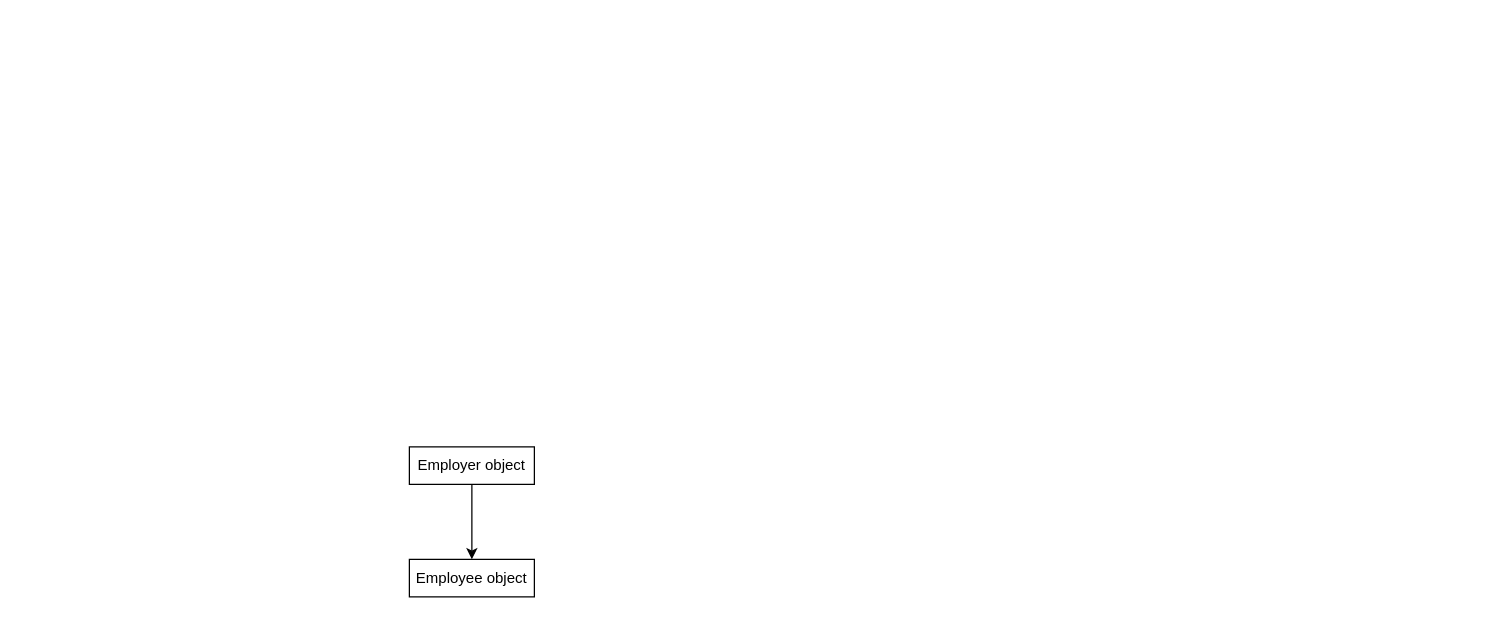
The draw.io diagram docs/object_model.drawio in 71f681c20d/sui-payroll, before the edit. Source tidied: cells renumbered, new cells numbered last; positions are measured from the earlier drawing's top-left corner, leaving out a move shared by most shapes. Both pictures are drawn from the tidied source at 125%, with x=0, y=0 at pixel (409, 446).
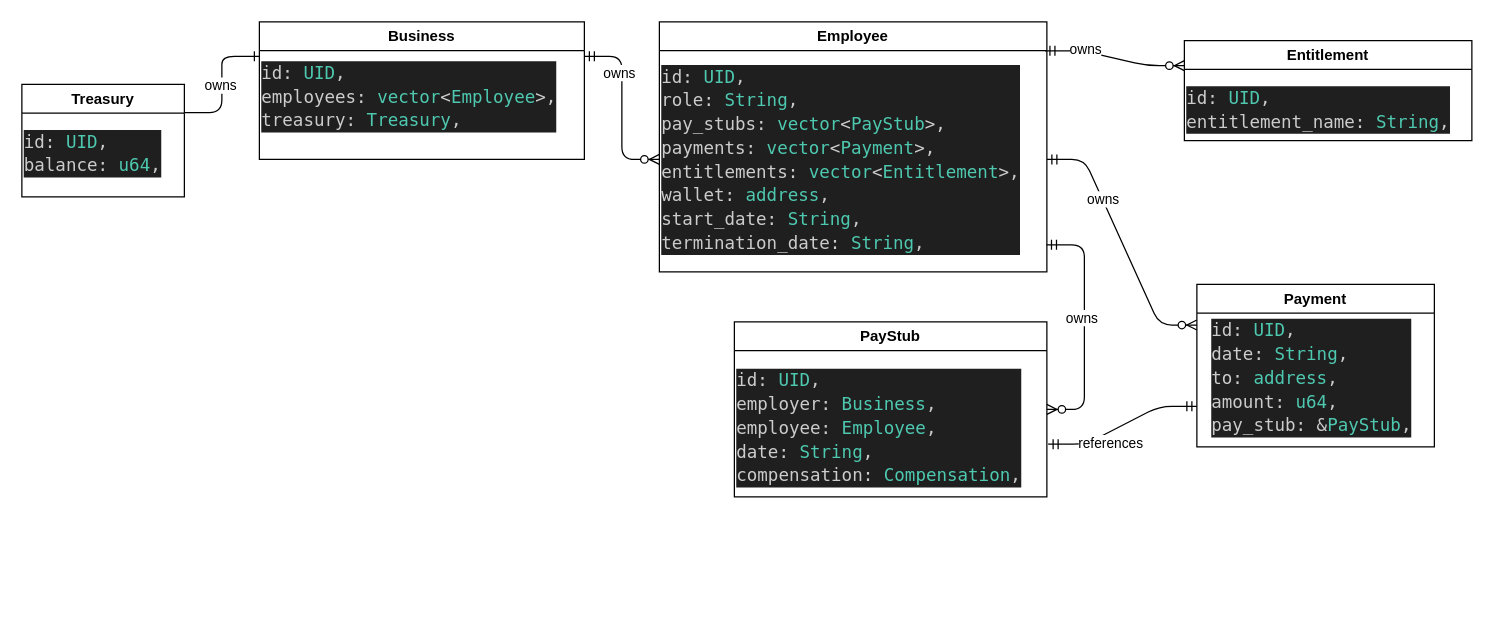
The same page after the edit.

The edit, as a diff of the source:
```diff
@@
-    <mxCell id="2" style="edgeStyle=none;html=1;exitX=0.5;exitY=1;exitDx=0;exitDy=0;entryX=0.5;entryY=0;entryDx=0;entryDy=0;" parent="1" edge="1" source="3" target="4">
-      <mxGeometry relative="1" as="geometry" />
-    </mxCell>
-    <mxCell id="3" value="Employer object" style="rounded=0;whiteSpace=wrap;html=1;" parent="1" vertex="1">
-      <mxGeometry width="100" height="30" as="geometry" />
-    </mxCell>
-    <mxCell id="4" value="Employee object" style="rounded=0;whiteSpace=wrap;html=1;" parent="1" vertex="1">
-      <mxGeometry y="90" width="100" height="30" as="geometry" />
-    </mxCell>
+    <mxCell id="5" value="Treasury" style="swimlane;whiteSpace=wrap;html=1;" parent="1" vertex="1">
+      <mxGeometry x="-310" y="-290" width="130" height="90" as="geometry" />
+    </mxCell>
+    <mxCell id="6" value="&lt;div style=&quot;color: rgb(204, 204, 204); background-color: rgb(31, 31, 31); font-family: &amp;quot;Droid Sans Mono&amp;quot;, &amp;quot;monospace&amp;quot;, monospace; font-size: 14px; line-height: 19px;&quot;&gt;&lt;div&gt;id: &lt;span style=&quot;color: #4ec9b0;&quot;&gt;UID&lt;/span&gt;,&lt;/div&gt;&lt;div&gt;        balance: &lt;span style=&quot;color: #4ec9b0;&quot;&gt;u64&lt;/span&gt;,&lt;/div&gt;&lt;/div&gt;" style="text;html=1;align=left;verticalAlign=middle;strokeColor=none;fillColor=none;" parent="5" vertex="1">
+      <mxGeometry y="30" width="130" height="50" as="geometry" />
+    </mxCell>
+    <mxCell id="7" value="Business" style="swimlane;whiteSpace=wrap;html=1;" parent="1" vertex="1">
+      <mxGeometry x="-120" y="-340" width="260" height="110" as="geometry" />
+    </mxCell>
+    <mxCell id="8" value="&lt;div style=&quot;color: rgb(204, 204, 204); background-color: rgb(31, 31, 31); font-family: &amp;quot;Droid Sans Mono&amp;quot;, &amp;quot;monospace&amp;quot;, monospace; font-size: 14px; line-height: 19px;&quot;&gt;&lt;div&gt;id: &lt;span style=&quot;color: #4ec9b0;&quot;&gt;UID&lt;/span&gt;,&lt;/div&gt;&lt;div&gt;        employees: &lt;span style=&quot;color: #4ec9b0;&quot;&gt;vector&lt;/span&gt;&amp;lt;&lt;span style=&quot;color: #4ec9b0;&quot;&gt;Employee&lt;/span&gt;&amp;gt;,&lt;/div&gt;&lt;div&gt;        treasury: &lt;span style=&quot;color: #4ec9b0;&quot;&gt;Treasury&lt;/span&gt;,&lt;/div&gt;&lt;/div&gt;" style="text;html=1;align=left;verticalAlign=middle;strokeColor=none;fillColor=none;" parent="7" vertex="1">
+      <mxGeometry y="25" width="260" height="70" as="geometry" />
+    </mxCell>
+    <mxCell id="9" value="Employee" style="swimlane;whiteSpace=wrap;html=1;" parent="1" vertex="1">
+      <mxGeometry x="200" y="-340" width="310" height="200" as="geometry" />
+    </mxCell>
+    <mxCell id="10" value="&lt;div style=&quot;color: rgb(204, 204, 204); background-color: rgb(31, 31, 31); font-family: &amp;quot;Droid Sans Mono&amp;quot;, &amp;quot;monospace&amp;quot;, monospace; font-size: 14px; line-height: 19px;&quot;&gt;&lt;div&gt;id: &lt;span style=&quot;color: #4ec9b0;&quot;&gt;UID&lt;/span&gt;,&lt;/div&gt;&lt;div&gt;        role: &lt;span style=&quot;color: #4ec9b0;&quot;&gt;String&lt;/span&gt;,&lt;/div&gt;&lt;div&gt;        pay_stubs: &lt;span style=&quot;color: #4ec9b0;&quot;&gt;vector&lt;/span&gt;&amp;lt;&lt;span style=&quot;color: #4ec9b0;&quot;&gt;PayStub&lt;/span&gt;&amp;gt;,&lt;/div&gt;&lt;div&gt;        payments: &lt;span style=&quot;color: #4ec9b0;&quot;&gt;vector&lt;/span&gt;&amp;lt;&lt;span style=&quot;color: #4ec9b0;&quot;&gt;Payment&lt;/span&gt;&amp;gt;,&lt;/div&gt;&lt;div&gt;        entitlements: &lt;span style=&quot;color: #4ec9b0;&quot;&gt;vector&lt;/span&gt;&amp;lt;&lt;span style=&quot;color: #4ec9b0;&quot;&gt;Entitlement&lt;/span&gt;&amp;gt;,&lt;/div&gt;&lt;div&gt;        wallet: &lt;span style=&quot;color: #4ec9b0;&quot;&gt;address&lt;/span&gt;,&lt;/div&gt;&lt;div&gt;        start_date: &lt;span style=&quot;color: #4ec9b0;&quot;&gt;String&lt;/span&gt;,&lt;/div&gt;&lt;div&gt;        termination_date: &lt;span style=&quot;color: #4ec9b0;&quot;&gt;String&lt;/span&gt;,&lt;/div&gt;&lt;/div&gt;" style="text;html=1;align=left;verticalAlign=middle;points=[];strokeColor=none;fillColor=none;" parent="9" vertex="1">
+      <mxGeometry y="25" width="310" height="170" as="geometry" />
+    </mxCell>
+    <mxCell id="11" value="PayStub" style="swimlane;whiteSpace=wrap;html=1;" parent="1" vertex="1">
+      <mxGeometry x="260" y="-100" width="250" height="140" as="geometry" />
+    </mxCell>
+    <mxCell id="12" value="&lt;div style=&quot;color: rgb(204, 204, 204); background-color: rgb(31, 31, 31); font-family: &amp;quot;Droid Sans Mono&amp;quot;, &amp;quot;monospace&amp;quot;, monospace; font-size: 14px; line-height: 19px;&quot;&gt;&lt;div&gt;id: &lt;span style=&quot;color: #4ec9b0;&quot;&gt;UID&lt;/span&gt;,&lt;/div&gt;&lt;div&gt;        employer: &lt;span style=&quot;color: #4ec9b0;&quot;&gt;Business&lt;/span&gt;,&lt;/div&gt;&lt;div&gt;        employee: &lt;span style=&quot;color: #4ec9b0;&quot;&gt;Employee&lt;/span&gt;,&lt;/div&gt;&lt;div&gt;        date: &lt;span style=&quot;color: #4ec9b0;&quot;&gt;String&lt;/span&gt;,&lt;/div&gt;&lt;div&gt;        compensation: &lt;span style=&quot;color: #4ec9b0;&quot;&gt;Compensation&lt;/span&gt;,&lt;/div&gt;&lt;/div&gt;" style="text;html=1;align=left;verticalAlign=middle;points=[];strokeColor=none;fillColor=none;" parent="11" vertex="1">
+      <mxGeometry y="30" width="250" height="110" as="geometry" />
+    </mxCell>
+    <mxCell id="13" value="Payment" style="swimlane;whiteSpace=wrap;html=1;" parent="1" vertex="1">
+      <mxGeometry x="630" y="-130" width="190" height="130" as="geometry" />
+    </mxCell>
+    <mxCell id="14" value="&lt;div style=&quot;color: rgb(204, 204, 204); background-color: rgb(31, 31, 31); font-family: &amp;quot;Droid Sans Mono&amp;quot;, &amp;quot;monospace&amp;quot;, monospace; font-size: 14px; line-height: 19px;&quot;&gt;&lt;div style=&quot;line-height: 19px;&quot;&gt;&lt;div&gt;id: &lt;span style=&quot;color: #4ec9b0;&quot;&gt;UID&lt;/span&gt;,&lt;/div&gt;&lt;div&gt;        date: &lt;span style=&quot;color: #4ec9b0;&quot;&gt;String&lt;/span&gt;,&lt;/div&gt;&lt;div&gt;        to: &lt;span style=&quot;color: #4ec9b0;&quot;&gt;address&lt;/span&gt;,&lt;/div&gt;&lt;div&gt;        amount: &lt;span style=&quot;color: #4ec9b0;&quot;&gt;u64&lt;/span&gt;,&lt;/div&gt;&lt;div&gt;        pay_stub: &amp;amp;&lt;span style=&quot;color: #4ec9b0;&quot;&gt;PayStub&lt;/span&gt;,&lt;/div&gt;&lt;/div&gt;&lt;/div&gt;" style="text;html=1;align=left;verticalAlign=middle;strokeColor=none;fillColor=none;" parent="13" vertex="1">
+      <mxGeometry x="10" y="20" width="180" height="110" as="geometry" />
+    </mxCell>
+    <mxCell id="15" value="Entitlement" style="swimlane;whiteSpace=wrap;html=1;" parent="1" vertex="1">
+      <mxGeometry x="620" y="-325" width="230" height="80" as="geometry" />
+    </mxCell>
+    <mxCell id="16" value="&lt;div style=&quot;color: rgb(204, 204, 204); background-color: rgb(31, 31, 31); font-family: &amp;quot;Droid Sans Mono&amp;quot;, &amp;quot;monospace&amp;quot;, monospace; font-size: 14px; line-height: 19px;&quot;&gt;&lt;div&gt;id: &lt;span style=&quot;color: #4ec9b0;&quot;&gt;UID&lt;/span&gt;,&lt;/div&gt;&lt;div&gt;        entitlement_name: &lt;span style=&quot;color: #4ec9b0;&quot;&gt;String&lt;/span&gt;,&lt;/div&gt;&lt;/div&gt;" style="text;html=1;align=left;verticalAlign=middle;strokeColor=none;fillColor=none;" parent="15" vertex="1">
+      <mxGeometry y="30" width="230" height="50" as="geometry" />
+    </mxCell>
+    <mxCell id="17" style="edgeStyle=entityRelationEdgeStyle;fontSize=12;html=1;endArrow=ERzeroToMany;startArrow=ERmandOne;entryX=0;entryY=0.25;entryDx=0;entryDy=0;exitX=0.995;exitY=-0.011;exitDx=0;exitDy=0;exitPerimeter=0;" parent="1" edge="1" source="10" target="15">
+      <mxGeometry relative="1" as="geometry" />
+    </mxCell>
+    <mxCell id="18" value="owns" style="edgeLabel;html=1;align=center;verticalAlign=middle;" parent="17" vertex="1">
+      <mxGeometry x="-0.44" y="2" relative="1" as="geometry" />
+    </mxCell>
+    <mxCell id="19" style="edgeStyle=entityRelationEdgeStyle;fontSize=12;html=1;endArrow=ERzeroToMany;startArrow=ERmandOne;entryX=0;entryY=0.25;entryDx=0;entryDy=0;" parent="1" edge="1" source="10" target="13">
+      <mxGeometry relative="1" as="geometry" />
+    </mxCell>
+    <mxCell id="20" value="owns" style="edgeLabel;html=1;align=center;verticalAlign=middle;" parent="19" vertex="1">
+      <mxGeometry x="-0.37" relative="1" as="geometry" />
+    </mxCell>
+    <mxCell id="21" style="edgeStyle=entityRelationEdgeStyle;fontSize=12;html=1;endArrow=ERone;endFill=1;exitX=1;exitY=0.25;exitDx=0;exitDy=0;entryX=0;entryY=0.25;entryDx=0;entryDy=0;" parent="1" edge="1" source="5" target="7">
+      <mxGeometry relative="1" as="geometry" />
+    </mxCell>
+    <mxCell id="22" value="owns" style="edgeLabel;html=1;align=center;verticalAlign=middle;" parent="21" vertex="1">
+      <mxGeometry x="-0.02" y="2" relative="1" as="geometry">
+        <mxPoint y="-1" as="offset" />
+      </mxGeometry>
+    </mxCell>
+    <mxCell id="23" style="edgeStyle=entityRelationEdgeStyle;fontSize=12;html=1;endArrow=ERzeroToMany;startArrow=ERmandOne;exitX=1;exitY=0.25;exitDx=0;exitDy=0;" parent="1" edge="1" source="7" target="10">
+      <mxGeometry relative="1" as="geometry" />
+    </mxCell>
+    <mxCell id="24" value="owns" style="edgeLabel;html=1;align=center;verticalAlign=middle;" parent="23" vertex="1">
+      <mxGeometry x="-0.39" y="-3" relative="1" as="geometry" />
+    </mxCell>
+    <mxCell id="25" style="edgeStyle=entityRelationEdgeStyle;fontSize=12;html=1;endArrow=ERmandOne;startArrow=ERmandOne;entryX=0;entryY=0.75;entryDx=0;entryDy=0;exitX=1.004;exitY=0.617;exitDx=0;exitDy=0;exitPerimeter=0;" parent="1" edge="1" source="12" target="13">
+      <mxGeometry relative="1" as="geometry" />
+    </mxCell>
+    <mxCell id="26" value="references" style="edgeLabel;html=1;align=center;verticalAlign=middle;" parent="25" vertex="1">
+      <mxGeometry x="-0.4" y="1" relative="1" as="geometry">
+        <mxPoint x="13" y="3" as="offset" />
+      </mxGeometry>
+    </mxCell>
+    <mxCell id="27" style="edgeStyle=entityRelationEdgeStyle;fontSize=12;html=1;endArrow=ERzeroToMany;startArrow=ERmandOne;exitX=0.999;exitY=0.902;exitDx=0;exitDy=0;exitPerimeter=0;" parent="1" edge="1" source="10" target="11">
+      <mxGeometry relative="1" as="geometry" />
+    </mxCell>
+    <mxCell id="28" value="owns" style="edgeLabel;html=1;align=center;verticalAlign=middle;" parent="27" vertex="1">
+      <mxGeometry x="-0.08" y="-3" relative="1" as="geometry" />
+    </mxCell>
```
